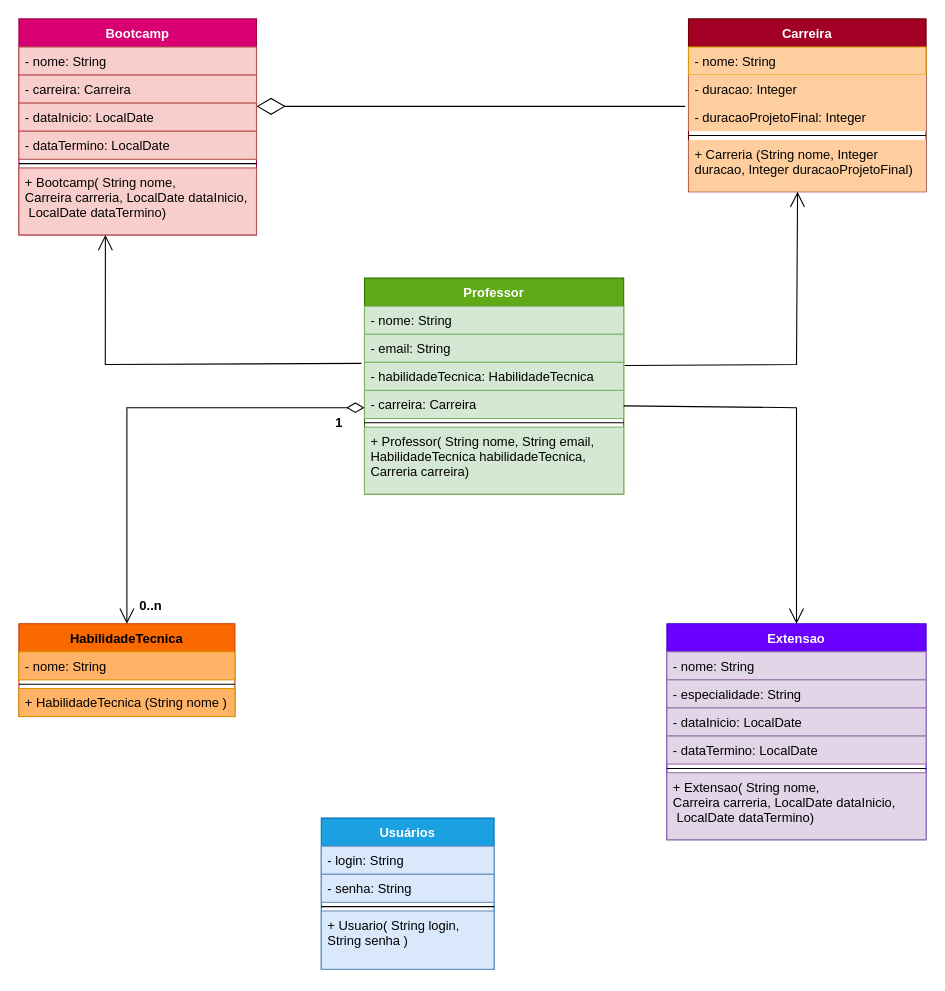
The draw.io diagram documentation/UML.drawio in RudeBoyOne/EdTech, before the edit. Source tidied: cells renumbered, new cells numbered last; positions are measured from the earlier drawing's top-left corner, leaving out a move shared by most shapes. Both pictures are drawn from the tidied source at 108%, with x=0, y=0 at pixel (18, 18).
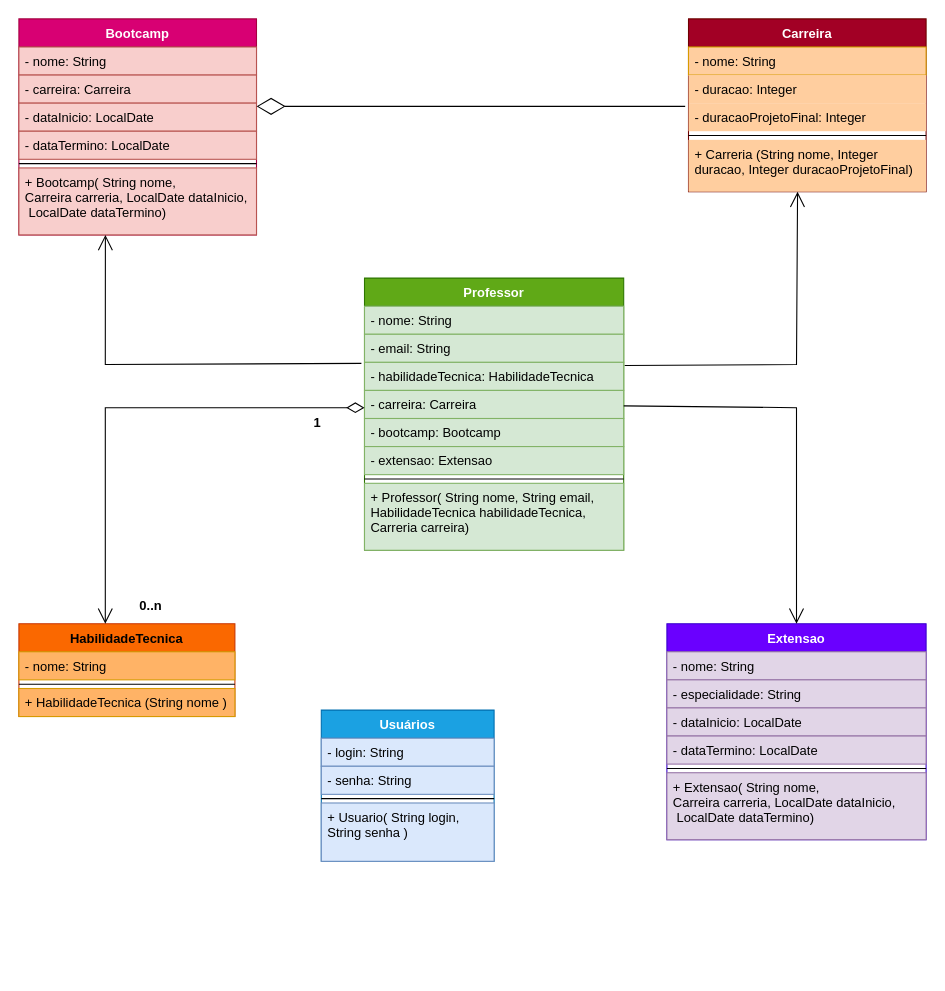
The same diagram, later.

Commit message (it also covers changes not shown here):
pequenas correções no UML

The change refers to these unchanged cells:
```xml
<mxCell id="34" value="HabilidadeTecnica" style="swimlane;fontStyle=1;align=center;verticalAlign=top;horizontal=1;startSize=26;fillColor=#fa6800;fontColor=#000000;strokeColor=#C73500;" parent="1" vertex="1">
  <mxGeometry y="560" width="200" height="86" as="geometry" />
</mxCell>
```

What changed in the source:
```diff
@@
     <mxCell id="2" value="Usuários" style="swimlane;fontStyle=1;align=center;verticalAlign=top;horizontal=1;startSize=26;fillColor=#1ba1e2;fontColor=#ffffff;strokeColor=#006EAF;" parent="1" vertex="1">
-      <mxGeometry x="280" y="740" width="160" height="140" as="geometry" />
+      <mxGeometry x="280" y="640" width="160" height="140" as="geometry" />
     </mxCell>
@@
     <mxCell id="7" value="Professor" style="swimlane;fontStyle=1;align=center;verticalAlign=top;horizontal=1;startSize=26;fillColor=#60a917;strokeColor=#2D7600;fontColor=#ffffff;" parent="1" vertex="1">
-      <mxGeometry x="320" y="240" width="240" height="200" as="geometry" />
+      <mxGeometry x="320" y="240" width="240" height="252" as="geometry" />
     </mxCell>
@@
+    <mxCell id="45" value="- bootcamp: Bootcamp" style="text;strokeColor=#82b366;fillColor=#d5e8d4;align=left;verticalAlign=top;spacingLeft=4;spacingRight=4;overflow=hidden;" parent="7" vertex="1">
+      <mxGeometry y="130" width="240" height="26" as="geometry" />
+    </mxCell>
+    <mxCell id="46" value="- extensao: Extensao" style="text;strokeColor=#82b366;fillColor=#d5e8d4;align=left;verticalAlign=top;spacingLeft=4;spacingRight=4;overflow=hidden;" parent="7" vertex="1">
+      <mxGeometry y="156" width="240" height="26" as="geometry" />
+    </mxCell>
     <mxCell id="12" style="line;strokeWidth=1;fillColor=none;align=left;verticalAlign=middle;spacingTop=-1;spacingLeft=3;spacingRight=3;labelPosition=right;" parent="7" vertex="1">
-      <mxGeometry y="130" width="240" height="8" as="geometry" />
+      <mxGeometry y="182" width="240" height="8" as="geometry" />
     </mxCell>
     <mxCell id="13" value="+ Professor( String nome, String email, &#10;HabilidadeTecnica habilidadeTecnica, &#10;Carreria carreira)" style="text;strokeColor=#82b366;fillColor=#d5e8d4;align=left;verticalAlign=top;spacingLeft=4;spacingRight=4;overflow=hidden;" parent="7" vertex="1">
-      <mxGeometry y="138" width="240" height="62" as="geometry" />
+      <mxGeometry y="190" width="240" height="62" as="geometry" />
     </mxCell>
@@
-    <mxCell id="39" style="endArrow=open;html=1;endSize=12;startArrow=diamondThin;startSize=14;startFill=0;edgeStyle=orthogonalEdgeStyle;rounded=0;entryX=0.5;entryY=0;entryDx=0;entryDy=0;strokeWidth=1;" parent="1" edge="1" source="7" target="34">
+    <mxCell id="39" style="endArrow=open;html=1;endSize=12;startArrow=diamondThin;startSize=14;startFill=0;edgeStyle=orthogonalEdgeStyle;rounded=0;strokeWidth=1;entryX=0.4;entryY=0;entryDx=0;entryDy=0;entryPerimeter=0;" parent="1" edge="1" source="7" target="34">
       <mxGeometry x="-0.12" y="50" relative="1" as="geometry">
         <Array as="points">
-          <mxPoint x="100" y="360" />
+          <mxPoint x="80" y="360" />
         </Array>
       </mxGeometry>
     </mxCell>
```
